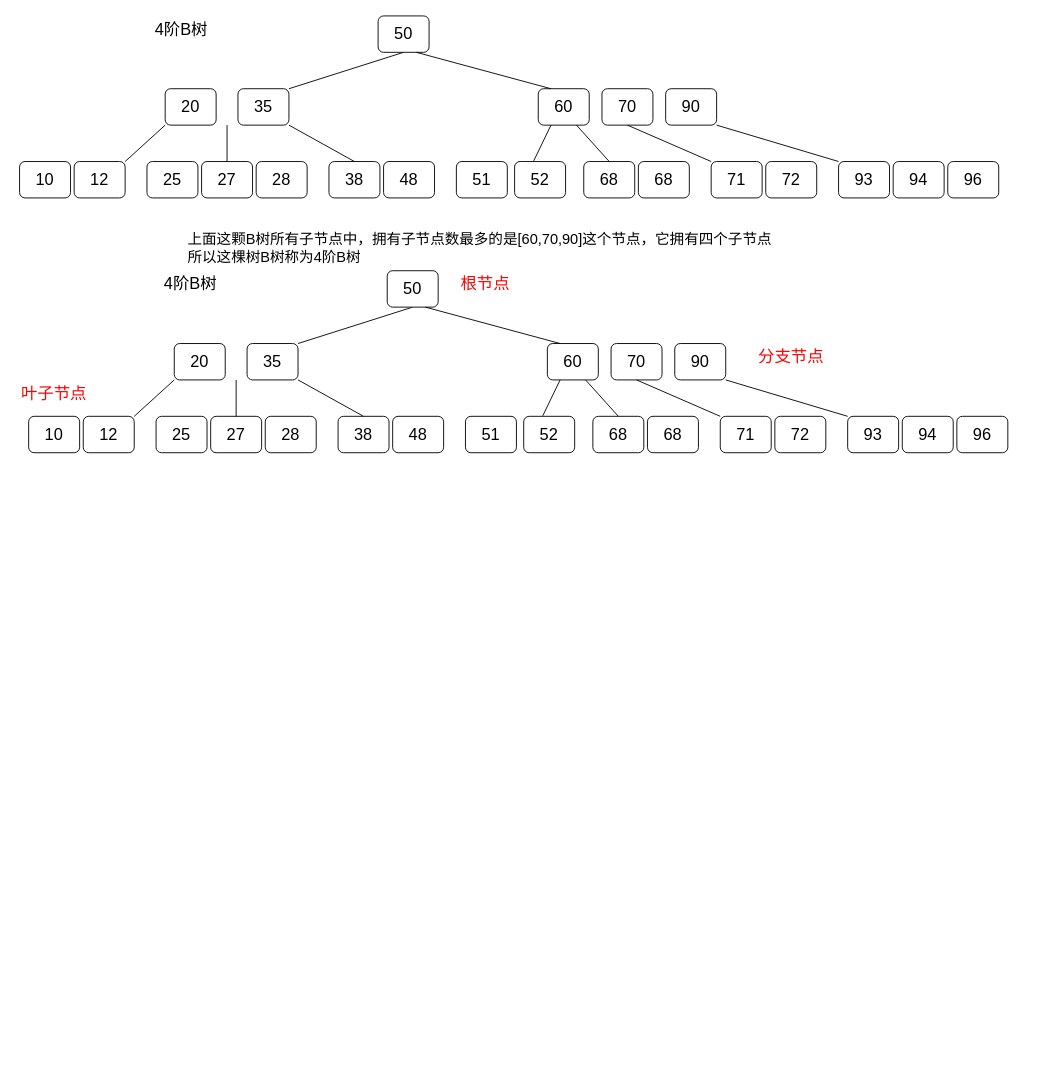
This is page "B树" (2 of 2) of Mysql.drawio from EngineKing/draw, a draw.io file, before an edit. Source tidied: cells renumbered, new cells numbered last; positions are measured from the earlier drawing's top-left corner, leaving out a move shared by most shapes. Both pictures are drawn from the tidied source at 91%, with x=0, y=0 at pixel (15, 15).
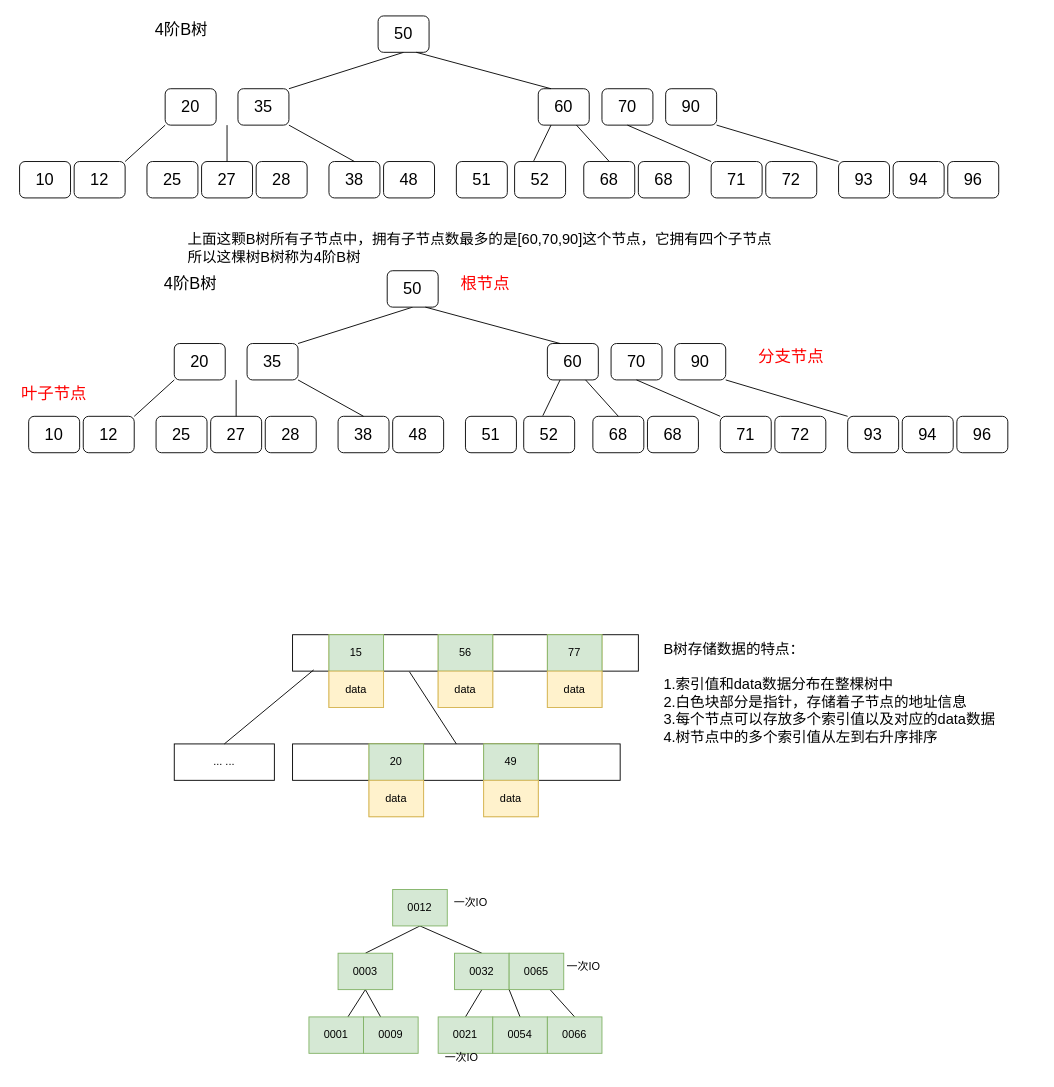
The same page after the edit.

Diff of the diagram source:
```diff
@@
+    <mxCell id="70" style="rounded=0;whiteSpace=wrap;html=1;" parent="1" vertex="1">
+      <mxGeometry x="304" y="680" width="380" height="40" as="geometry" />
+    </mxCell>
+    <mxCell id="71" style="group;fillColor=#fff2cc;strokeColor=#d6b656;" parent="1" vertex="1">
+      <mxGeometry x="344" y="680" width="60" height="80" as="geometry" />
+    </mxCell>
+    <mxCell id="72" value="15" style="rounded=0;whiteSpace=wrap;html=1;fillColor=#d5e8d4;strokeColor=#82b366;" parent="71" vertex="1">
+      <mxGeometry width="60" height="40" as="geometry" />
+    </mxCell>
+    <mxCell id="73" value="data" style="rounded=0;whiteSpace=wrap;html=1;fillColor=#fff2cc;strokeColor=#d6b656;" parent="71" vertex="1">
+      <mxGeometry y="40" width="60" height="40" as="geometry" />
+    </mxCell>
+    <mxCell id="74" style="group;fillColor=#fff2cc;strokeColor=#d6b656;" parent="1" vertex="1">
+      <mxGeometry x="464" y="680" width="60" height="80" as="geometry" />
+    </mxCell>
+    <mxCell id="75" value="56" style="rounded=0;whiteSpace=wrap;html=1;fillColor=#d5e8d4;strokeColor=#82b366;" parent="74" vertex="1">
+      <mxGeometry width="60" height="40" as="geometry" />
+    </mxCell>
+    <mxCell id="76" value="data" style="rounded=0;whiteSpace=wrap;html=1;fillColor=#fff2cc;strokeColor=#d6b656;" parent="74" vertex="1">
+      <mxGeometry y="40" width="60" height="40" as="geometry" />
+    </mxCell>
+    <mxCell id="77" style="group;fillColor=#fff2cc;strokeColor=#d6b656;" parent="1" vertex="1">
+      <mxGeometry x="584" y="680" width="60" height="80" as="geometry" />
+    </mxCell>
+    <mxCell id="78" value="77" style="rounded=0;whiteSpace=wrap;html=1;fillColor=#d5e8d4;strokeColor=#82b366;" parent="77" vertex="1">
+      <mxGeometry width="60" height="40" as="geometry" />
+    </mxCell>
+    <mxCell id="79" value="data" style="rounded=0;whiteSpace=wrap;html=1;fillColor=#fff2cc;strokeColor=#d6b656;" parent="77" vertex="1">
+      <mxGeometry y="40" width="60" height="40" as="geometry" />
+    </mxCell>
+    <mxCell id="80" value="... ..." style="rounded=0;whiteSpace=wrap;html=1;" parent="1" vertex="1">
+      <mxGeometry x="174" y="800" width="110" height="40" as="geometry" />
+    </mxCell>
+    <mxCell id="81" style="endArrow=none;html=1;rounded=0;entryX=0.061;entryY=0.967;entryDx=0;entryDy=0;entryPerimeter=0;exitX=0.5;exitY=0;exitDx=0;exitDy=0;" parent="1" edge="1" source="80" target="70">
+      <mxGeometry relative="1" as="geometry" />
+    </mxCell>
+    <mxCell id="82" style="endArrow=none;html=1;rounded=0;entryX=0.338;entryY=1.017;entryDx=0;entryDy=0;entryPerimeter=0;exitX=0.5;exitY=0;exitDx=0;exitDy=0;" parent="1" edge="1" source="84" target="70">
+      <mxGeometry relative="1" as="geometry" />
+    </mxCell>
+    <mxCell id="83" style="group;" parent="1" vertex="1">
+      <mxGeometry x="304" y="800" width="360" height="80" as="geometry" />
+    </mxCell>
+    <mxCell id="84" style="rounded=0;whiteSpace=wrap;html=1;" parent="83" vertex="1">
+      <mxGeometry width="360" height="40" as="geometry" />
+    </mxCell>
+    <mxCell id="85" style="group;fillColor=#fff2cc;strokeColor=#d6b656;" parent="83" vertex="1">
+      <mxGeometry x="84" width="60" height="80" as="geometry" />
+    </mxCell>
+    <mxCell id="86" value="20" style="rounded=0;whiteSpace=wrap;html=1;fillColor=#d5e8d4;strokeColor=#82b366;" parent="85" vertex="1">
+      <mxGeometry width="60" height="40" as="geometry" />
+    </mxCell>
+    <mxCell id="87" value="data" style="rounded=0;whiteSpace=wrap;html=1;fillColor=#fff2cc;strokeColor=#d6b656;" parent="85" vertex="1">
+      <mxGeometry y="40" width="60" height="40" as="geometry" />
+    </mxCell>
+    <mxCell id="88" style="group;fillColor=#fff2cc;strokeColor=#d6b656;" parent="83" vertex="1">
+      <mxGeometry x="210" width="60" height="80" as="geometry" />
+    </mxCell>
+    <mxCell id="89" value="49" style="rounded=0;whiteSpace=wrap;html=1;fillColor=#d5e8d4;strokeColor=#82b366;" parent="88" vertex="1">
+      <mxGeometry width="60" height="40" as="geometry" />
+    </mxCell>
+    <mxCell id="90" value="data" style="rounded=0;whiteSpace=wrap;html=1;fillColor=#fff2cc;strokeColor=#d6b656;" parent="88" vertex="1">
+      <mxGeometry y="40" width="60" height="40" as="geometry" />
+    </mxCell>
+    <mxCell id="91" value="B树存储数据的特点：&lt;div style=&quot;font-size: 16px;&quot;&gt;&lt;br style=&quot;font-size: 16px;&quot;&gt;&lt;div style=&quot;font-size: 16px;&quot;&gt;1.索引值和data数据分布在整棵树中&lt;/div&gt;&lt;div style=&quot;font-size: 16px;&quot;&gt;2.白色块部分是指针，存储着子节点的地址信息&lt;/div&gt;&lt;div style=&quot;font-size: 16px;&quot;&gt;3.每个节点可以存放多个索引值以及对应的data数据&lt;/div&gt;&lt;div style=&quot;font-size: 16px;&quot;&gt;4.树节点中的多个索引值从左到右升序排序&lt;/div&gt;&lt;/div&gt;" style="text;html=1;align=left;verticalAlign=top;whiteSpace=wrap;rounded=0;fontSize=16;" parent="1" vertex="1">
+      <mxGeometry x="710" y="680" width="414" height="130" as="geometry" />
+    </mxCell>
+    <mxCell id="92" style="rounded=0;jettySize=auto;html=1;exitX=0.5;exitY=1;exitDx=0;exitDy=0;entryX=0.5;entryY=0;entryDx=0;entryDy=0;endArrow=none;endFill=0;" parent="1" edge="1" source="94" target="97">
+      <mxGeometry relative="1" as="geometry" />
+    </mxCell>
+    <mxCell id="93" style="rounded=0;jettySize=auto;html=1;exitX=0.5;exitY=1;exitDx=0;exitDy=0;endArrow=none;endFill=0;entryX=0.5;entryY=0;entryDx=0;entryDy=0;" parent="1" edge="1" source="94" target="99">
+      <mxGeometry relative="1" as="geometry" />
+    </mxCell>
+    <mxCell id="94" value="0012" style="rounded=0;whiteSpace=wrap;html=1;fillColor=#d5e8d4;strokeColor=#82b366;" parent="1" vertex="1">
+      <mxGeometry x="414" y="960" width="60" height="40" as="geometry" />
+    </mxCell>
+    <mxCell id="95" style="rounded=0;jettySize=auto;html=1;exitX=0.5;exitY=1;exitDx=0;exitDy=0;endArrow=none;endFill=0;" parent="1" edge="1" source="97" target="103">
+      <mxGeometry relative="1" as="geometry" />
+    </mxCell>
+    <mxCell id="96" style="rounded=0;jettySize=auto;html=1;exitX=0.5;exitY=1;exitDx=0;exitDy=0;startArrow=none;startFill=0;endArrow=none;endFill=0;" parent="1" edge="1" source="97" target="104">
+      <mxGeometry relative="1" as="geometry" />
+    </mxCell>
+    <mxCell id="97" value="0003" style="rounded=0;whiteSpace=wrap;html=1;fillColor=#d5e8d4;strokeColor=#82b366;" parent="1" vertex="1">
+      <mxGeometry x="354" y="1030" width="60" height="40" as="geometry" />
+    </mxCell>
+    <mxCell id="98" style="rounded=0;jettySize=auto;html=1;exitX=0.5;exitY=1;exitDx=0;exitDy=0;entryX=0.5;entryY=0;entryDx=0;entryDy=0;endArrow=none;endFill=0;" parent="1" edge="1" source="99" target="105">
+      <mxGeometry relative="1" as="geometry" />
+    </mxCell>
+    <mxCell id="99" value="0032" style="rounded=0;whiteSpace=wrap;html=1;fillColor=#d5e8d4;strokeColor=#82b366;" parent="1" vertex="1">
+      <mxGeometry x="482" y="1030" width="60" height="40" as="geometry" />
+    </mxCell>
+    <mxCell id="100" style="rounded=0;jettySize=auto;html=1;exitX=0;exitY=1;exitDx=0;exitDy=0;entryX=0.5;entryY=0;entryDx=0;entryDy=0;endArrow=none;endFill=0;" parent="1" edge="1" source="102" target="106">
+      <mxGeometry relative="1" as="geometry" />
+    </mxCell>
+    <mxCell id="101" style="rounded=0;jettySize=auto;html=1;exitX=0.75;exitY=1;exitDx=0;exitDy=0;entryX=0.5;entryY=0;entryDx=0;entryDy=0;endArrow=none;endFill=0;" parent="1" edge="1" source="102" target="107">
+      <mxGeometry relative="1" as="geometry" />
+    </mxCell>
+    <mxCell id="102" value="0065" style="rounded=0;whiteSpace=wrap;html=1;fillColor=#d5e8d4;strokeColor=#82b366;" parent="1" vertex="1">
+      <mxGeometry x="542" y="1030" width="60" height="40" as="geometry" />
+    </mxCell>
+    <mxCell id="103" value="0001" style="rounded=0;whiteSpace=wrap;html=1;fillColor=#d5e8d4;strokeColor=#82b366;" parent="1" vertex="1">
+      <mxGeometry x="322" y="1100" width="60" height="40" as="geometry" />
+    </mxCell>
+    <mxCell id="104" value="0009" style="rounded=0;whiteSpace=wrap;html=1;fillColor=#d5e8d4;strokeColor=#82b366;" parent="1" vertex="1">
+      <mxGeometry x="382" y="1100" width="60" height="40" as="geometry" />
+    </mxCell>
+    <mxCell id="105" value="0021" style="rounded=0;whiteSpace=wrap;html=1;fillColor=#d5e8d4;strokeColor=#82b366;" parent="1" vertex="1">
+      <mxGeometry x="464" y="1100" width="60" height="40" as="geometry" />
+    </mxCell>
+    <mxCell id="106" value="0054" style="rounded=0;whiteSpace=wrap;html=1;fillColor=#d5e8d4;strokeColor=#82b366;" parent="1" vertex="1">
+      <mxGeometry x="524" y="1100" width="60" height="40" as="geometry" />
+    </mxCell>
+    <mxCell id="107" value="0066" style="rounded=0;whiteSpace=wrap;html=1;fillColor=#d5e8d4;strokeColor=#82b366;" parent="1" vertex="1">
+      <mxGeometry x="584" y="1100" width="60" height="40" as="geometry" />
+    </mxCell>
+    <mxCell id="108" value="一次IO" style="text;html=1;align=center;verticalAlign=middle;whiteSpace=wrap;rounded=0;" parent="1" vertex="1">
+      <mxGeometry x="470" y="960" width="60" height="30" as="geometry" />
+    </mxCell>
+    <mxCell id="109" value="一次IO" style="text;html=1;align=center;verticalAlign=middle;whiteSpace=wrap;rounded=0;" parent="1" vertex="1">
+      <mxGeometry x="594" y="1030" width="60" height="30" as="geometry" />
+    </mxCell>
+    <mxCell id="110" value="一次IO" style="text;html=1;align=center;verticalAlign=middle;whiteSpace=wrap;rounded=0;" parent="1" vertex="1">
+      <mxGeometry x="460" y="1130" width="60" height="30" as="geometry" />
+    </mxCell>
```
